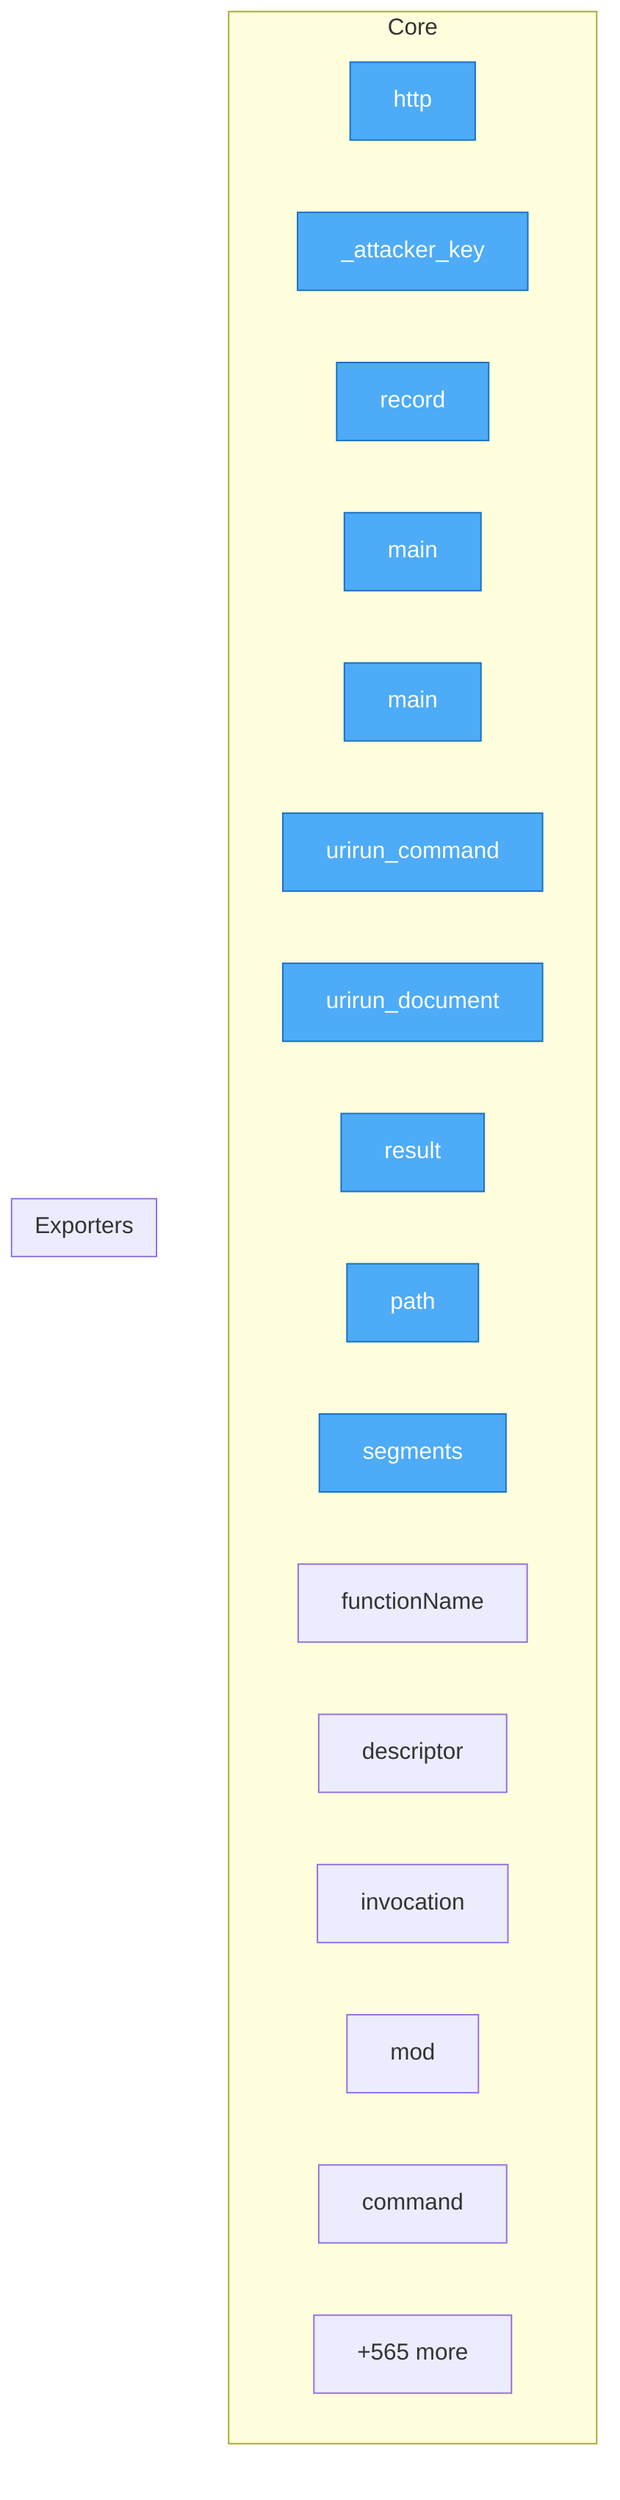
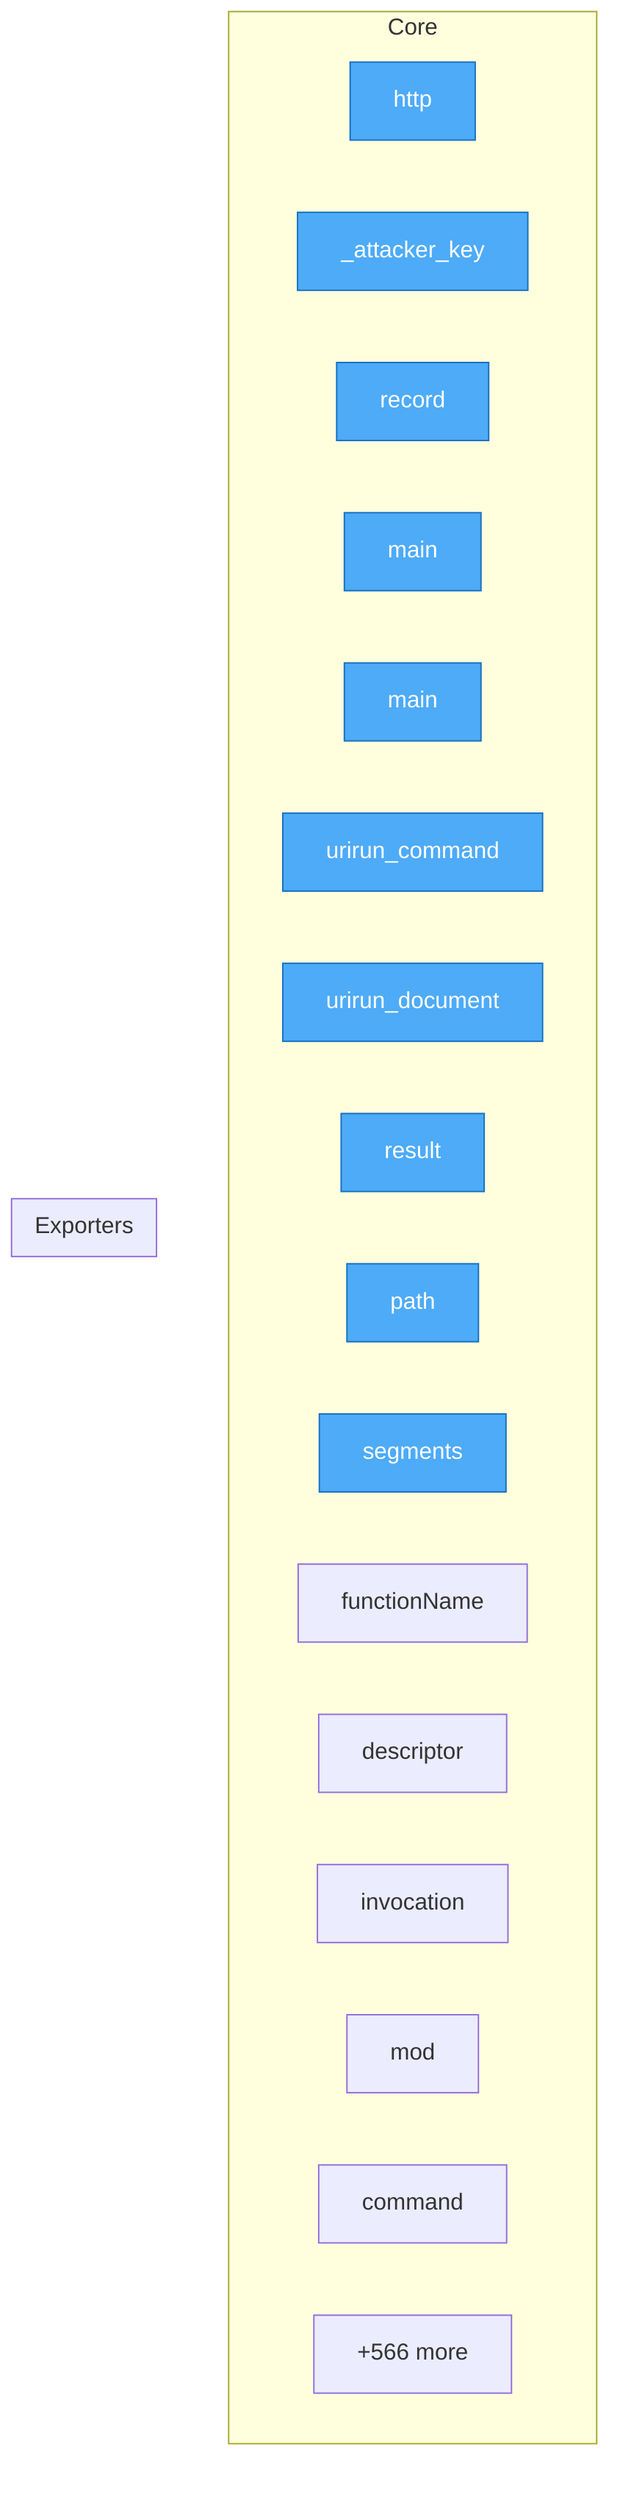
flowchart TD
- %% generated in 0.12s
+ %% generated in 0.04s

    %% Entry points (blue)
    classDef entry fill:#4dabf7,stroke:#1971c2,color:#fff

    subgraph Core
        security__mesh_probe__probe__http["http"]
        security__mesh_probe__probe___attacker_key["_attacker_key"]
        security__mesh_probe__probe__record["record"]
        adapters__conformance__main["main"]
        adapters__new_connector__main["main"]
        adapters__bash__urirun__urirun_command["urirun_command"]
        adapters__bash__urirun__urirun_document["urirun_document"]
        adapters__js__index__test__result["result"]
        adapters__js__path["path"]
        adapters__js__segments["segments"]
        adapters__js__functionName["functionName"]
        adapters__js__descriptor["descriptor"]
        adapters__js__invocation["invocation"]
        adapters__js__mod["mod"]
        adapters__java__Urirun__Urirun__command["command"]
-         ...["+565 more"]
+         ...["+566 more"]
    end

    subgraph Exporters
    end

    class security__mesh_probe__probe__http,security__mesh_probe__probe___attacker_key,security__mesh_probe__probe__record,adapters__conformance__main,adapters__new_connector__main,adapters__bash__urirun__urirun_command,adapters__bash__urirun__urirun_document,adapters__js__index__test__result,adapters__js__path,adapters__js__segments entry
